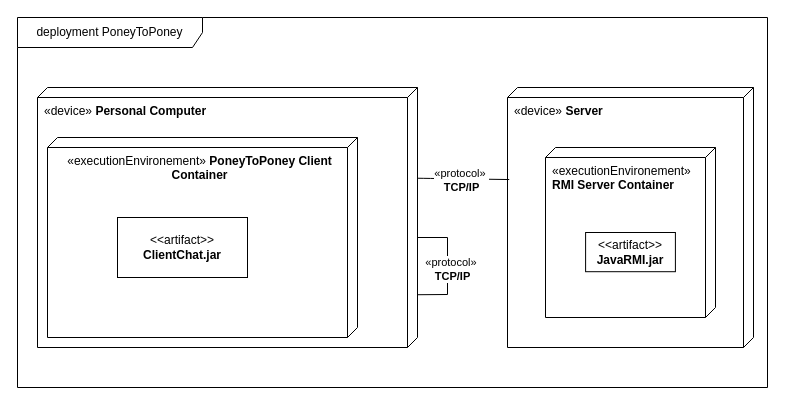
Before: docs/deployement.drawio in samuelroland/poneytoponey, a draw.io diagram. Source tidied: cells renumbered, new cells numbered last; positions are measured from the earlier drawing's top-left corner, leaving out a move shared by most shapes. Both pictures are drawn from the tidied source at 100%, with x=0, y=0 at pixel (17, 17).
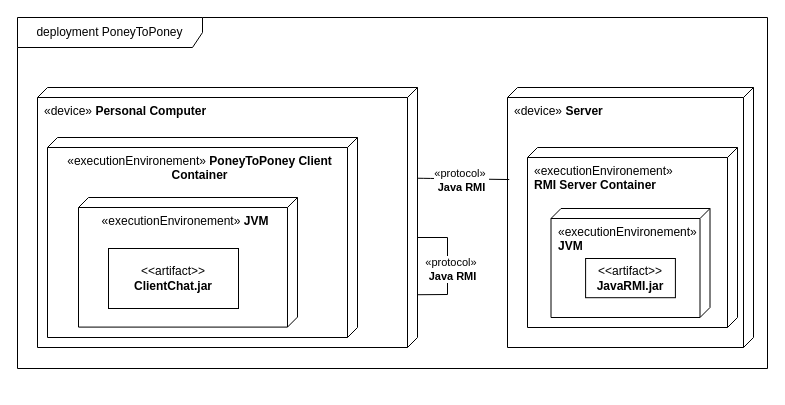
After the change.

Commit message (it also covers changes not shown here):
doc: modified deployement diagram

Change to the diagram source:
```diff
@@
 <mxGraphModel>
   <root>
     <mxCell id="0" />
     <mxCell id="1" parent="0" />
     <mxCell id="2" value="deployment PoneyToPoney" style="shape=umlFrame;whiteSpace=wrap;html=1;width=185;height=30;" parent="1" vertex="1">
-      <mxGeometry width="750" height="370" as="geometry" />
+      <mxGeometry width="750" height="351" as="geometry" />
     </mxCell>
     <mxCell id="3" value="«device»&amp;nbsp;&lt;b&gt;Personal Computer&lt;/b&gt;" style="verticalAlign=top;align=left;shape=cube;size=10;direction=south;fontStyle=0;html=1;boundedLbl=1;spacingLeft=5;whiteSpace=wrap;" parent="2" vertex="1">
       <mxGeometry x="20" y="70" width="380" height="260" as="geometry" />
     </mxCell>
     <mxCell id="4" value="«executionEnvironement»&amp;nbsp;&lt;b&gt;PoneyToPoney Client Container&lt;/b&gt;" style="verticalAlign=top;align=center;shape=cube;size=10;direction=south;html=1;boundedLbl=1;spacingLeft=5;whiteSpace=wrap;" parent="3" vertex="1">
       <mxGeometry width="310" height="200" relative="1" as="geometry">
         <mxPoint x="10" y="50" as="offset" />
       </mxGeometry>
     </mxCell>
+    <mxCell id="13" value="«executionEnvironement» &lt;b&gt;JVM&lt;/b&gt;" style="verticalAlign=top;align=center;shape=cube;size=10;direction=south;html=1;boundedLbl=1;spacingLeft=5;whiteSpace=wrap;" parent="3" vertex="1">
+      <mxGeometry x="41" y="110" width="219" height="129.6" as="geometry" />
+    </mxCell>
     <mxCell id="5" value="&amp;lt;&amp;lt;artifact&amp;gt;&amp;gt;&lt;br&gt;&lt;b&gt;ClientChat.jar&lt;/b&gt;" style="html=1;align=center;verticalAlign=middle;dashed=0;whiteSpace=wrap;" parent="3" vertex="1">
-      <mxGeometry x="80" y="130" width="130" height="60" as="geometry" />
+      <mxGeometry x="71" y="161" width="130" height="60" as="geometry" />
     </mxCell>
     <mxCell id="6" value="«device»&lt;b&gt;&amp;nbsp;Server&lt;/b&gt;" style="verticalAlign=top;align=left;shape=cube;size=10;direction=south;fontStyle=0;html=1;boundedLbl=1;spacingLeft=5;whiteSpace=wrap;" parent="2" vertex="1">
       <mxGeometry x="490" y="70" width="246" height="260" as="geometry" />
     </mxCell>
     <mxCell id="7" style="endArrow=none;html=1;rounded=0;fontSize=12;startSize=8;endSize=8;curved=1;entryX=0.354;entryY=0.993;entryDx=0;entryDy=0;entryPerimeter=0;exitX=0.349;exitY=0;exitDx=0;exitDy=0;exitPerimeter=0;" parent="2" edge="1" source="3" target="6">
       <mxGeometry relative="1" as="geometry" />
     </mxCell>
-    <mxCell id="8" value="&lt;div&gt;«protocol»&amp;nbsp;&lt;/div&gt;&lt;div&gt;&lt;b&gt;TCP/IP&lt;/b&gt;&lt;/div&gt;" style="edgeLabel;html=1;align=center;verticalAlign=middle;" parent="7" vertex="1">
+    <mxCell id="8" value="&lt;div&gt;«protocol»&amp;nbsp;&lt;/div&gt;&lt;div&gt;&lt;b&gt;Java RMI&lt;/b&gt;&lt;/div&gt;" style="edgeLabel;html=1;align=center;verticalAlign=middle;" parent="7" vertex="1">
       <mxGeometry x="0.36" y="-1" relative="1" as="geometry">
         <mxPoint x="-18" as="offset" />
       </mxGeometry>
     </mxCell>
     <mxCell id="9" style="endArrow=none;html=1;rounded=0;fontSize=12;startSize=8;endSize=8;curved=0;entryX=0.797;entryY=0;entryDx=0;entryDy=0;entryPerimeter=0;exitX=0.349;exitY=0;exitDx=0;exitDy=0;exitPerimeter=0;" parent="2" edge="1" target="3">
       <mxGeometry relative="1" as="geometry">
         <mxPoint x="400" y="220" as="sourcePoint" />
         <Array as="points">
           <mxPoint x="430" y="220" />
           <mxPoint x="430" y="277" />
         </Array>
       </mxGeometry>
     </mxCell>
-    <mxCell id="10" value="&lt;div&gt;«protocol»&amp;nbsp;&lt;/div&gt;&lt;div&gt;&lt;b&gt;TCP/IP&lt;/b&gt;&lt;/div&gt;" style="edgeLabel;html=1;align=center;verticalAlign=middle;" parent="9" vertex="1">
+    <mxCell id="10" value="&lt;div&gt;«protocol»&amp;nbsp;&lt;/div&gt;&lt;div&gt;&lt;b&gt;Java RMI&lt;/b&gt;&lt;/div&gt;" style="edgeLabel;html=1;align=center;verticalAlign=middle;" parent="9" vertex="1">
       <mxGeometry x="0.36" y="-1" relative="1" as="geometry">
         <mxPoint x="5" y="-19" as="offset" />
       </mxGeometry>
     </mxCell>
     <mxCell id="11" value="&lt;div&gt;«executionEnvironement»&amp;nbsp;&lt;/div&gt;&lt;div&gt;&lt;b&gt;RMI Server Container&lt;/b&gt;&lt;/div&gt;" style="verticalAlign=top;align=left;shape=cube;size=10;direction=south;fontStyle=0;html=1;boundedLbl=1;spacingLeft=5;whiteSpace=wrap;" parent="2" vertex="1">
-      <mxGeometry x="528" y="130" width="170" height="170" as="geometry" />
+      <mxGeometry x="510" y="130" width="210" height="180" as="geometry" />
     </mxCell>
+    <mxCell id="14" value="&lt;div&gt;«executionEnvironement»&amp;nbsp;&lt;/div&gt;&lt;div&gt;&lt;b style=&quot;text-align: center;&quot;&gt;JVM&lt;/b&gt;&lt;/div&gt;" style="verticalAlign=top;align=left;shape=cube;size=10;direction=south;fontStyle=0;html=1;boundedLbl=1;spacingLeft=5;whiteSpace=wrap;" parent="2" vertex="1">
+      <mxGeometry x="533.5" y="191" width="159" height="109" as="geometry" />
+    </mxCell>
-    <mxCell id="12" value="&amp;lt;&amp;lt;artifact&amp;gt;&amp;gt;&lt;br&gt;&lt;b&gt;JavaRMI.jar&lt;/b&gt;" style="html=1;align=center;verticalAlign=middle;dashed=0;whiteSpace=wrap;" parent="11" vertex="1">
-      <mxGeometry x="40.1" y="85" width="89.8" height="39.2" as="geometry" />
+    <mxCell id="12" value="&amp;lt;&amp;lt;artifact&amp;gt;&amp;gt;&lt;br&gt;&lt;b&gt;JavaRMI.jar&lt;/b&gt;" style="html=1;align=center;verticalAlign=middle;dashed=0;whiteSpace=wrap;" parent="2" vertex="1">
+      <mxGeometry x="568.1" y="241" width="89.8" height="39.2" as="geometry" />
     </mxCell>
   </root>
 </mxGraphModel>
```
